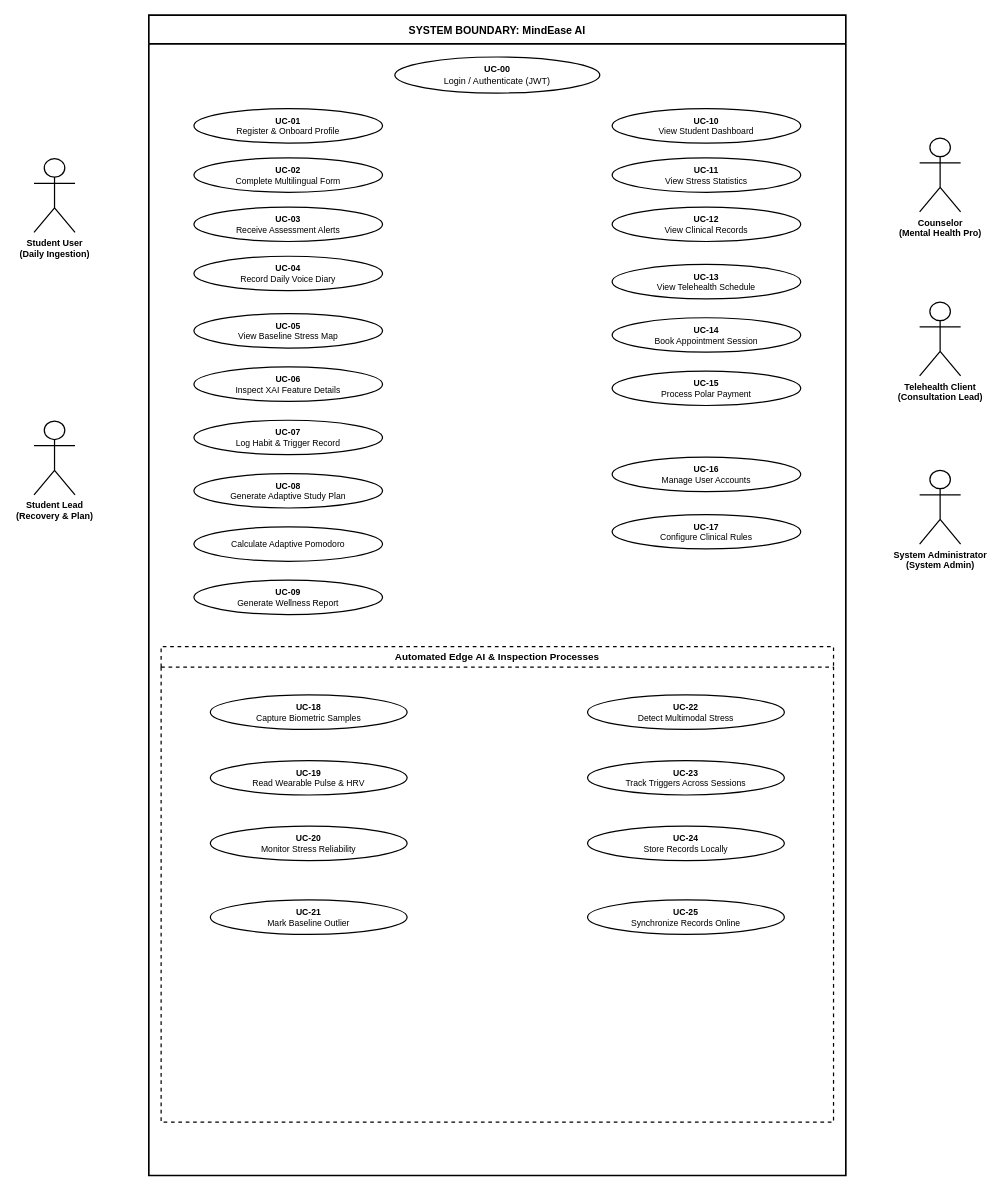
Before: Documentation/Diagrams/Visio/02_Use_Case_Diagram.drawio in itzrajpoot255/MindEase-AI-Stress-Detection-FYP, a draw.io diagram. Source tidied: cells renumbered, new cells numbered last; positions are measured from the earlier drawing's top-left corner, leaving out a move shared by most shapes. Both pictures are drawn from the tidied source at 82%, with x=0, y=0 at pixel (34, 15).
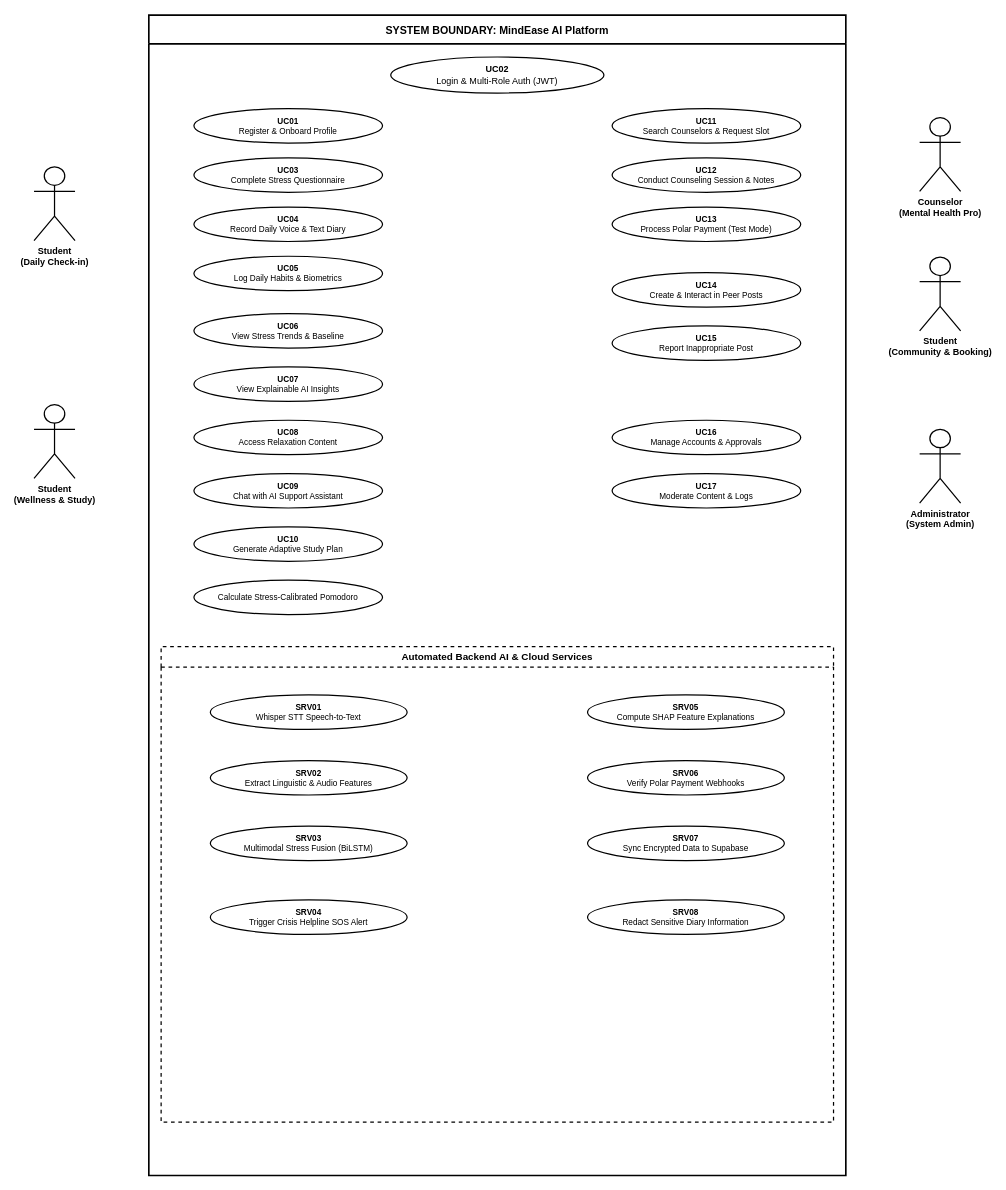
The same diagram, later.

Change to the diagram source:
```diff
@@
-    <mxCell id="2" value="SYSTEM BOUNDARY: MindEase AI" style="swimlane;whiteSpace=wrap;html=1;startSize=35;fillColor=#ffffff;strokeColor=#000000;strokeWidth=2;fontFamily=Arial;fontSize=13;fontStyle=1;align=center;" parent="1" vertex="1">
+    <mxCell id="2" value="SYSTEM BOUNDARY: MindEase AI Platform" style="swimlane;whiteSpace=wrap;html=1;startSize=35;fillColor=#ffffff;strokeColor=#000000;strokeWidth=2;fontFamily=Arial;fontSize=13;fontStyle=1;align=center;" parent="1" vertex="1">
       <mxGeometry x="140" width="850" height="1415" as="geometry" />
     </mxCell>
-    <mxCell id="3" value="&lt;b&gt;UC-00&lt;/b&gt;&lt;br&gt;Login / Authenticate (JWT)" style="ellipse;whiteSpace=wrap;html=1;fillColor=#ffffff;strokeColor=#000000;strokeWidth=1.5;fontFamily=Arial;fontSize=11;" parent="1" vertex="1">
-      <mxGeometry x="440" y="51" width="250" height="44" as="geometry" />
+    <mxCell id="3" value="&lt;b&gt;UC02&lt;/b&gt;&lt;br&gt;Login &amp;amp; Multi-Role Auth (JWT)" style="ellipse;whiteSpace=wrap;html=1;fillColor=#ffffff;strokeColor=#000000;strokeWidth=1.5;fontFamily=Arial;fontSize=11;" parent="1" vertex="1">
+      <mxGeometry x="435" y="51" width="260" height="44" as="geometry" />
     </mxCell>
-    <mxCell id="4" value="&lt;b&gt;UC-01&lt;/b&gt;&lt;br&gt;Register &amp; Onboard Profile" style="ellipse;whiteSpace=wrap;html=1;fillColor=#ffffff;strokeColor=#000000;strokeWidth=1.5;fontFamily=Arial;fontSize=10.5;" parent="1" vertex="1">
+    <mxCell id="4" value="&lt;b&gt;UC01&lt;/b&gt;&lt;br&gt;Register &amp; Onboard Profile" style="ellipse;whiteSpace=wrap;html=1;fillColor=#ffffff;strokeColor=#000000;strokeWidth=1.5;fontFamily=Arial;fontSize=10;" parent="1" vertex="1">
       <mxGeometry x="195" y="114" width="230" height="42" as="geometry" />
     </mxCell>
-    <mxCell id="5" value="&lt;b&gt;UC-02&lt;/b&gt;&lt;br&gt;Complete Multilingual Form" style="ellipse;whiteSpace=wrap;html=1;fillColor=#ffffff;strokeColor=#000000;strokeWidth=1.5;fontFamily=Arial;fontSize=10.5;" parent="1" vertex="1">
+    <mxCell id="5" value="&lt;b&gt;UC03&lt;/b&gt;&lt;br&gt;Complete Stress Questionnaire" style="ellipse;whiteSpace=wrap;html=1;fillColor=#ffffff;strokeColor=#000000;strokeWidth=1.5;fontFamily=Arial;fontSize=10;" parent="1" vertex="1">
       <mxGeometry x="195" y="174" width="230" height="42" as="geometry" />
     </mxCell>
-    <mxCell id="6" value="&lt;b&gt;UC-03&lt;/b&gt;&lt;br&gt;Receive Assessment Alerts" style="ellipse;whiteSpace=wrap;html=1;fillColor=#ffffff;strokeColor=#000000;strokeWidth=1.5;fontFamily=Arial;fontSize=10.5;" parent="1" vertex="1">
+    <mxCell id="6" value="&lt;b&gt;UC04&lt;/b&gt;&lt;br&gt;Record Daily Voice &amp;amp; Text Diary" style="ellipse;whiteSpace=wrap;html=1;fillColor=#ffffff;strokeColor=#000000;strokeWidth=1.5;fontFamily=Arial;fontSize=10;" parent="1" vertex="1">
       <mxGeometry x="195" y="234" width="230" height="42" as="geometry" />
     </mxCell>
-    <mxCell id="7" value="&lt;b&gt;UC-04&lt;/b&gt;&lt;br&gt;Record Daily Voice Diary" style="ellipse;whiteSpace=wrap;html=1;fillColor=#ffffff;strokeColor=#000000;strokeWidth=1.5;fontFamily=Arial;fontSize=10.5;" parent="1" vertex="1">
+    <mxCell id="7" value="&lt;b&gt;UC05&lt;/b&gt;&lt;br&gt;Log Daily Habits &amp;amp; Biometrics" style="ellipse;whiteSpace=wrap;html=1;fillColor=#ffffff;strokeColor=#000000;strokeWidth=1.5;fontFamily=Arial;fontSize=10;" parent="1" vertex="1">
       <mxGeometry x="195" y="294" width="230" height="42" as="geometry" />
     </mxCell>
-    <mxCell id="8" value="&lt;b&gt;UC-05&lt;/b&gt;&lt;br&gt;View Baseline Stress Map" style="ellipse;whiteSpace=wrap;html=1;fillColor=#ffffff;strokeColor=#000000;strokeWidth=1.5;fontFamily=Arial;fontSize=10.5;" parent="1" vertex="1">
+    <mxCell id="8" value="&lt;b&gt;UC06&lt;/b&gt;&lt;br&gt;View Stress Trends &amp;amp; Baseline" style="ellipse;whiteSpace=wrap;html=1;fillColor=#ffffff;strokeColor=#000000;strokeWidth=1.5;fontFamily=Arial;fontSize=10;" parent="1" vertex="1">
       <mxGeometry x="195" y="364" width="230" height="42" as="geometry" />
     </mxCell>
-    <mxCell id="9" value="&lt;b&gt;UC-06&lt;/b&gt;&lt;br&gt;Inspect XAI Feature Details" style="ellipse;whiteSpace=wrap;html=1;fillColor=#ffffff;strokeColor=#000000;strokeWidth=1.5;fontFamily=Arial;fontSize=10.5;" parent="1" vertex="1">
+    <mxCell id="9" value="&lt;b&gt;UC07&lt;/b&gt;&lt;br&gt;View Explainable AI Insights" style="ellipse;whiteSpace=wrap;html=1;fillColor=#ffffff;strokeColor=#000000;strokeWidth=1.5;fontFamily=Arial;fontSize=10;" parent="1" vertex="1">
       <mxGeometry x="195" y="429" width="230" height="42" as="geometry" />
     </mxCell>
-    <mxCell id="10" value="&lt;b&gt;UC-07&lt;/b&gt;&lt;br&gt;Log Habit &amp; Trigger Record" style="ellipse;whiteSpace=wrap;html=1;fillColor=#ffffff;strokeColor=#000000;strokeWidth=1.5;fontFamily=Arial;fontSize=10.5;" parent="1" vertex="1">
+    <mxCell id="10" value="&lt;b&gt;UC08&lt;/b&gt;&lt;br&gt;Access Relaxation Content" style="ellipse;whiteSpace=wrap;html=1;fillColor=#ffffff;strokeColor=#000000;strokeWidth=1.5;fontFamily=Arial;fontSize=10;" parent="1" vertex="1">
       <mxGeometry x="195" y="494" width="230" height="42" as="geometry" />
     </mxCell>
-    <mxCell id="11" value="&lt;b&gt;UC-08&lt;/b&gt;&lt;br&gt;Generate Adaptive Study Plan" style="ellipse;whiteSpace=wrap;html=1;fillColor=#ffffff;strokeColor=#000000;strokeWidth=1.5;fontFamily=Arial;fontSize=10.5;" parent="1" vertex="1">
+    <mxCell id="11" value="&lt;b&gt;UC09&lt;/b&gt;&lt;br&gt;Chat with AI Support Assistant" style="ellipse;whiteSpace=wrap;html=1;fillColor=#ffffff;strokeColor=#000000;strokeWidth=1.5;fontFamily=Arial;fontSize=10;" parent="1" vertex="1">
       <mxGeometry x="195" y="559" width="230" height="42" as="geometry" />
     </mxCell>
-    <mxCell id="12" value="Calculate Adaptive Pomodoro" style="ellipse;whiteSpace=wrap;html=1;fillColor=#ffffff;strokeColor=#000000;strokeWidth=1.5;fontFamily=Arial;fontSize=10.5;" parent="1" vertex="1">
+    <mxCell id="12" value="&lt;b&gt;UC10&lt;/b&gt;&lt;br&gt;Generate Adaptive Study Plan" style="ellipse;whiteSpace=wrap;html=1;fillColor=#ffffff;strokeColor=#000000;strokeWidth=1.5;fontFamily=Arial;fontSize=10;" parent="1" vertex="1">
       <mxGeometry x="195" y="624" width="230" height="42" as="geometry" />
     </mxCell>
-    <mxCell id="13" value="&lt;b&gt;UC-09&lt;/b&gt;&lt;br&gt;Generate Wellness Report" style="ellipse;whiteSpace=wrap;html=1;fillColor=#ffffff;strokeColor=#000000;strokeWidth=1.5;fontFamily=Arial;fontSize=10.5;" parent="1" vertex="1">
+    <mxCell id="13" value="Calculate Stress-Calibrated Pomodoro" style="ellipse;whiteSpace=wrap;html=1;fillColor=#ffffff;strokeColor=#000000;strokeWidth=1.5;fontFamily=Arial;fontSize=10;" parent="1" vertex="1">
       <mxGeometry x="195" y="689" width="230" height="42" as="geometry" />
     </mxCell>
-    <mxCell id="14" value="&lt;b&gt;UC-10&lt;/b&gt;&lt;br&gt;View Student Dashboard" style="ellipse;whiteSpace=wrap;html=1;fillColor=#ffffff;strokeColor=#000000;strokeWidth=1.5;fontFamily=Arial;fontSize=10.5;" parent="1" vertex="1">
+    <mxCell id="14" value="&lt;b&gt;UC11&lt;/b&gt;&lt;br&gt;Search Counselors &amp;amp; Request Slot" style="ellipse;whiteSpace=wrap;html=1;fillColor=#ffffff;strokeColor=#000000;strokeWidth=1.5;fontFamily=Arial;fontSize=10;" parent="1" vertex="1">
       <mxGeometry x="705" y="114" width="230" height="42" as="geometry" />
     </mxCell>
-    <mxCell id="15" value="&lt;b&gt;UC-11&lt;/b&gt;&lt;br&gt;View Stress Statistics" style="ellipse;whiteSpace=wrap;html=1;fillColor=#ffffff;strokeColor=#000000;strokeWidth=1.5;fontFamily=Arial;fontSize=10.5;" parent="1" vertex="1">
+    <mxCell id="15" value="&lt;b&gt;UC12&lt;/b&gt;&lt;br&gt;Conduct Counseling Session &amp;amp; Notes" style="ellipse;whiteSpace=wrap;html=1;fillColor=#ffffff;strokeColor=#000000;strokeWidth=1.5;fontFamily=Arial;fontSize=10;" parent="1" vertex="1">
       <mxGeometry x="705" y="174" width="230" height="42" as="geometry" />
     </mxCell>
-    <mxCell id="16" value="&lt;b&gt;UC-12&lt;/b&gt;&lt;br&gt;View Clinical Records" style="ellipse;whiteSpace=wrap;html=1;fillColor=#ffffff;strokeColor=#000000;strokeWidth=1.5;fontFamily=Arial;fontSize=10.5;" parent="1" vertex="1">
+    <mxCell id="16" value="&lt;b&gt;UC13&lt;/b&gt;&lt;br&gt;Process Polar Payment (Test Mode)" style="ellipse;whiteSpace=wrap;html=1;fillColor=#ffffff;strokeColor=#000000;strokeWidth=1.5;fontFamily=Arial;fontSize=10;" parent="1" vertex="1">
       <mxGeometry x="705" y="234" width="230" height="42" as="geometry" />
     </mxCell>
-    <mxCell id="17" value="&lt;b&gt;UC-13&lt;/b&gt;&lt;br&gt;View Telehealth Schedule" style="ellipse;whiteSpace=wrap;html=1;fillColor=#ffffff;strokeColor=#000000;strokeWidth=1.5;fontFamily=Arial;fontSize=10.5;" parent="1" vertex="1">
-      <mxGeometry x="705" y="304" width="230" height="42" as="geometry" />
+    <mxCell id="17" value="&lt;b&gt;UC14&lt;/b&gt;&lt;br&gt;Create &amp;amp; Interact in Peer Posts" style="ellipse;whiteSpace=wrap;html=1;fillColor=#ffffff;strokeColor=#000000;strokeWidth=1.5;fontFamily=Arial;fontSize=10;" parent="1" vertex="1">
+      <mxGeometry x="705" y="314" width="230" height="42" as="geometry" />
     </mxCell>
-    <mxCell id="18" value="&lt;b&gt;UC-14&lt;/b&gt;&lt;br&gt;Book Appointment Session" style="ellipse;whiteSpace=wrap;html=1;fillColor=#ffffff;strokeColor=#000000;strokeWidth=1.5;fontFamily=Arial;fontSize=10.5;" parent="1" vertex="1">
-      <mxGeometry x="705" y="369" width="230" height="42" as="geometry" />
+    <mxCell id="18" value="&lt;b&gt;UC15&lt;/b&gt;&lt;br&gt;Report Inappropriate Post" style="ellipse;whiteSpace=wrap;html=1;fillColor=#ffffff;strokeColor=#000000;strokeWidth=1.5;fontFamily=Arial;fontSize=10;" parent="1" vertex="1">
+      <mxGeometry x="705" y="379" width="230" height="42" as="geometry" />
     </mxCell>
-    <mxCell id="19" value="&lt;b&gt;UC-15&lt;/b&gt;&lt;br&gt;Process Polar Payment" style="ellipse;whiteSpace=wrap;html=1;fillColor=#ffffff;strokeColor=#000000;strokeWidth=1.5;fontFamily=Arial;fontSize=10.5;" parent="1" vertex="1">
-      <mxGeometry x="705" y="434" width="230" height="42" as="geometry" />
+    <mxCell id="19" value="&lt;b&gt;UC16&lt;/b&gt;&lt;br&gt;Manage Accounts &amp;amp; Approvals" style="ellipse;whiteSpace=wrap;html=1;fillColor=#ffffff;strokeColor=#000000;strokeWidth=1.5;fontFamily=Arial;fontSize=10;" parent="1" vertex="1">
+      <mxGeometry x="705" y="494" width="230" height="42" as="geometry" />
     </mxCell>
-    <mxCell id="20" value="&lt;b&gt;UC-16&lt;/b&gt;&lt;br&gt;Manage User Accounts" style="ellipse;whiteSpace=wrap;html=1;fillColor=#ffffff;strokeColor=#000000;strokeWidth=1.5;fontFamily=Arial;fontSize=10.5;" parent="1" vertex="1">
-      <mxGeometry x="705" y="539" width="230" height="42" as="geometry" />
+    <mxCell id="20" value="&lt;b&gt;UC17&lt;/b&gt;&lt;br&gt;Moderate Content &amp;amp; Logs" style="ellipse;whiteSpace=wrap;html=1;fillColor=#ffffff;strokeColor=#000000;strokeWidth=1.5;fontFamily=Arial;fontSize=10;" parent="1" vertex="1">
+      <mxGeometry x="705" y="559" width="230" height="42" as="geometry" />
     </mxCell>
-    <mxCell id="21" value="&lt;b&gt;UC-17&lt;/b&gt;&lt;br&gt;Configure Clinical Rules" style="ellipse;whiteSpace=wrap;html=1;fillColor=#ffffff;strokeColor=#000000;strokeWidth=1.5;fontFamily=Arial;fontSize=10.5;" parent="1" vertex="1">
-      <mxGeometry x="705" y="609" width="230" height="42" as="geometry" />
+    <mxCell id="21" value="Automated Backend AI &amp; Cloud Services" style="swimlane;whiteSpace=wrap;html=1;startSize=25;fillColor=none;strokeColor=#000000;strokeWidth=1.5;dashed=1;fontFamily=Arial;fontSize=12;fontStyle=1;align=center;" parent="1" vertex="1">
+      <mxGeometry x="155" y="770" width="820" height="580" as="geometry" />
     </mxCell>
-    <mxCell id="22" value="Automated Edge AI &amp; Inspection Processes" style="swimlane;whiteSpace=wrap;html=1;startSize=25;fillColor=none;strokeColor=#000000;strokeWidth=1.5;dashed=1;fontFamily=Arial;fontSize=12;fontStyle=1;align=center;" parent="1" vertex="1">
-      <mxGeometry x="155" y="770" width="820" height="580" as="geometry" />
+    <mxCell id="22" value="&lt;b&gt;SRV01&lt;/b&gt;&lt;br&gt;Whisper STT Speech-to-Text" style="ellipse;whiteSpace=wrap;html=1;fillColor=#ffffff;strokeColor=#000000;strokeWidth=1.5;fontFamily=Arial;fontSize=10;" parent="1" vertex="1">
+      <mxGeometry x="215" y="829" width="240" height="42" as="geometry" />
     </mxCell>
-    <mxCell id="23" value="&lt;b&gt;UC-18&lt;/b&gt;&lt;br&gt;Capture Biometric Samples" style="ellipse;whiteSpace=wrap;html=1;fillColor=#ffffff;strokeColor=#000000;strokeWidth=1.5;fontFamily=Arial;fontSize=10.5;" parent="1" vertex="1">
-      <mxGeometry x="215" y="829" width="240" height="42" as="geometry" />
+    <mxCell id="23" value="&lt;b&gt;SRV02&lt;/b&gt;&lt;br&gt;Extract Linguistic &amp;amp; Audio Features" style="ellipse;whiteSpace=wrap;html=1;fillColor=#ffffff;strokeColor=#000000;strokeWidth=1.5;fontFamily=Arial;fontSize=10;" parent="1" vertex="1">
+      <mxGeometry x="215" y="909" width="240" height="42" as="geometry" />
     </mxCell>
-    <mxCell id="24" value="&lt;b&gt;UC-19&lt;/b&gt;&lt;br&gt;Read Wearable Pulse &amp;amp; HRV" style="ellipse;whiteSpace=wrap;html=1;fillColor=#ffffff;strokeColor=#000000;strokeWidth=1.5;fontFamily=Arial;fontSize=10.5;" parent="1" vertex="1">
-      <mxGeometry x="215" y="909" width="240" height="42" as="geometry" />
+    <mxCell id="24" value="&lt;b&gt;SRV03&lt;/b&gt;&lt;br&gt;Multimodal Stress Fusion (BiLSTM)" style="ellipse;whiteSpace=wrap;html=1;fillColor=#ffffff;strokeColor=#000000;strokeWidth=1.5;fontFamily=Arial;fontSize=10;" parent="1" vertex="1">
+      <mxGeometry x="215" y="989" width="240" height="42" as="geometry" />
     </mxCell>
-    <mxCell id="25" value="&lt;b&gt;UC-20&lt;/b&gt;&lt;br&gt;Monitor Stress Reliability" style="ellipse;whiteSpace=wrap;html=1;fillColor=#ffffff;strokeColor=#000000;strokeWidth=1.5;fontFamily=Arial;fontSize=10.5;" parent="1" vertex="1">
-      <mxGeometry x="215" y="989" width="240" height="42" as="geometry" />
+    <mxCell id="25" value="&lt;b&gt;SRV04&lt;/b&gt;&lt;br&gt;Trigger Crisis Helpline SOS Alert" style="ellipse;whiteSpace=wrap;html=1;fillColor=#ffffff;strokeColor=#000000;strokeWidth=1.5;fontFamily=Arial;fontSize=10;" parent="1" vertex="1">
+      <mxGeometry x="215" y="1079" width="240" height="42" as="geometry" />
     </mxCell>
-    <mxCell id="26" value="&lt;b&gt;UC-21&lt;/b&gt;&lt;br&gt;Mark Baseline Outlier" style="ellipse;whiteSpace=wrap;html=1;fillColor=#ffffff;strokeColor=#000000;strokeWidth=1.5;fontFamily=Arial;fontSize=10.5;" parent="1" vertex="1">
-      <mxGeometry x="215" y="1079" width="240" height="42" as="geometry" />
+    <mxCell id="26" value="&lt;b&gt;SRV05&lt;/b&gt;&lt;br&gt;Compute SHAP Feature Explanations" style="ellipse;whiteSpace=wrap;html=1;fillColor=#ffffff;strokeColor=#000000;strokeWidth=1.5;fontFamily=Arial;fontSize=10;" parent="1" vertex="1">
+      <mxGeometry x="675" y="829" width="240" height="42" as="geometry" />
     </mxCell>
-    <mxCell id="27" value="&lt;b&gt;UC-22&lt;/b&gt;&lt;br&gt;Detect Multimodal Stress" style="ellipse;whiteSpace=wrap;html=1;fillColor=#ffffff;strokeColor=#000000;strokeWidth=1.5;fontFamily=Arial;fontSize=10.5;" parent="1" vertex="1">
-      <mxGeometry x="675" y="829" width="240" height="42" as="geometry" />
+    <mxCell id="27" value="&lt;b&gt;SRV06&lt;/b&gt;&lt;br&gt;Verify Polar Payment Webhooks" style="ellipse;whiteSpace=wrap;html=1;fillColor=#ffffff;strokeColor=#000000;strokeWidth=1.5;fontFamily=Arial;fontSize=10;" parent="1" vertex="1">
+      <mxGeometry x="675" y="909" width="240" height="42" as="geometry" />
     </mxCell>
-    <mxCell id="28" value="&lt;b&gt;UC-23&lt;/b&gt;&lt;br&gt;Track Triggers Across Sessions" style="ellipse;whiteSpace=wrap;html=1;fillColor=#ffffff;strokeColor=#000000;strokeWidth=1.5;fontFamily=Arial;fontSize=10.5;" parent="1" vertex="1">
-      <mxGeometry x="675" y="909" width="240" height="42" as="geometry" />
+    <mxCell id="28" value="&lt;b&gt;SRV07&lt;/b&gt;&lt;br&gt;Sync Encrypted Data to Supabase" style="ellipse;whiteSpace=wrap;html=1;fillColor=#ffffff;strokeColor=#000000;strokeWidth=1.5;fontFamily=Arial;fontSize=10;" parent="1" vertex="1">
+      <mxGeometry x="675" y="989" width="240" height="42" as="geometry" />
     </mxCell>
-    <mxCell id="29" value="&lt;b&gt;UC-24&lt;/b&gt;&lt;br&gt;Store Records Locally" style="ellipse;whiteSpace=wrap;html=1;fillColor=#ffffff;strokeColor=#000000;strokeWidth=1.5;fontFamily=Arial;fontSize=10.5;" parent="1" vertex="1">
-      <mxGeometry x="675" y="989" width="240" height="42" as="geometry" />
+    <mxCell id="29" value="&lt;b&gt;SRV08&lt;/b&gt;&lt;br&gt;Redact Sensitive Diary Information" style="ellipse;whiteSpace=wrap;html=1;fillColor=#ffffff;strokeColor=#000000;strokeWidth=1.5;fontFamily=Arial;fontSize=10;" parent="1" vertex="1">
+      <mxGeometry x="675" y="1079" width="240" height="42" as="geometry" />
     </mxCell>
-    <mxCell id="30" value="&lt;b&gt;UC-25&lt;/b&gt;&lt;br&gt;Synchronize Records Online" style="ellipse;whiteSpace=wrap;html=1;fillColor=#ffffff;strokeColor=#000000;strokeWidth=1.5;fontFamily=Arial;fontSize=10.5;" parent="1" vertex="1">
-      <mxGeometry x="675" y="1079" width="240" height="42" as="geometry" />
+    <mxCell id="30" value="Student&lt;br&gt;(Daily Check-in)" style="shape=umlActor;verticalLabelPosition=bottom;verticalAlign=top;html=1;fillColor=#ffffff;strokeColor=#000000;strokeWidth=1.5;fontFamily=Arial;fontSize=11;fontStyle=1;" parent="1" vertex="1">
+      <mxGeometry y="185" width="50" height="90" as="geometry" />
     </mxCell>
-    <mxCell id="31" value="Student User&lt;br&gt;(Daily Ingestion)" style="shape=umlActor;verticalLabelPosition=bottom;verticalAlign=top;html=1;fillColor=#ffffff;strokeColor=#000000;strokeWidth=1.5;fontFamily=Arial;fontSize=11;fontStyle=1;" parent="1" vertex="1">
-      <mxGeometry y="175" width="50" height="90" as="geometry" />
+    <mxCell id="31" value="Student&lt;br&gt;(Wellness &amp;amp; Study)" style="shape=umlActor;verticalLabelPosition=bottom;verticalAlign=top;html=1;fillColor=#ffffff;strokeColor=#000000;strokeWidth=1.5;fontFamily=Arial;fontSize=11;fontStyle=1;" parent="1" vertex="1">
+      <mxGeometry y="475" width="50" height="90" as="geometry" />
     </mxCell>
-    <mxCell id="32" value="Student Lead&lt;br&gt;(Recovery &amp;amp; Plan)" style="shape=umlActor;verticalLabelPosition=bottom;verticalAlign=top;html=1;fillColor=#ffffff;strokeColor=#000000;strokeWidth=1.5;fontFamily=Arial;fontSize=11;fontStyle=1;" parent="1" vertex="1">
-      <mxGeometry y="495" width="50" height="90" as="geometry" />
+    <mxCell id="32" value="Counselor&lt;br&gt;(Mental Health Pro)" style="shape=umlActor;verticalLabelPosition=bottom;verticalAlign=top;html=1;fillColor=#ffffff;strokeColor=#000000;strokeWidth=1.5;fontFamily=Arial;fontSize=11;fontStyle=1;" parent="1" vertex="1">
+      <mxGeometry x="1080" y="125" width="50" height="90" as="geometry" />
     </mxCell>
-    <mxCell id="33" value="Counselor&lt;br&gt;(Mental Health Pro)" style="shape=umlActor;verticalLabelPosition=bottom;verticalAlign=top;html=1;fillColor=#ffffff;strokeColor=#000000;strokeWidth=1.5;fontFamily=Arial;fontSize=11;fontStyle=1;" parent="1" vertex="1">
-      <mxGeometry x="1080" y="150" width="50" height="90" as="geometry" />
+    <mxCell id="33" value="Student&lt;br&gt;(Community &amp;amp; Booking)" style="shape=umlActor;verticalLabelPosition=bottom;verticalAlign=top;html=1;fillColor=#ffffff;strokeColor=#000000;strokeWidth=1.5;fontFamily=Arial;fontSize=11;fontStyle=1;" parent="1" vertex="1">
+      <mxGeometry x="1080" y="295" width="50" height="90" as="geometry" />
     </mxCell>
-    <mxCell id="34" value="Telehealth Client&lt;br&gt;(Consultation Lead)" style="shape=umlActor;verticalLabelPosition=bottom;verticalAlign=top;html=1;fillColor=#ffffff;strokeColor=#000000;strokeWidth=1.5;fontFamily=Arial;fontSize=11;fontStyle=1;" parent="1" vertex="1">
-      <mxGeometry x="1080" y="350" width="50" height="90" as="geometry" />
+    <mxCell id="34" value="Administrator&lt;br&gt;(System Admin)" style="shape=umlActor;verticalLabelPosition=bottom;verticalAlign=top;html=1;fillColor=#ffffff;strokeColor=#000000;strokeWidth=1.5;fontFamily=Arial;fontSize=11;fontStyle=1;" parent="1" vertex="1">
+      <mxGeometry x="1080" y="505" width="50" height="90" as="geometry" />
     </mxCell>
-    <mxCell id="35" value="System Administrator&lt;br&gt;(System Admin)" style="shape=umlActor;verticalLabelPosition=bottom;verticalAlign=top;html=1;fillColor=#ffffff;strokeColor=#000000;strokeWidth=1.5;fontFamily=Arial;fontSize=11;fontStyle=1;" parent="1" vertex="1">
-      <mxGeometry x="1080" y="555" width="50" height="90" as="geometry" />
-    </mxCell>
```
